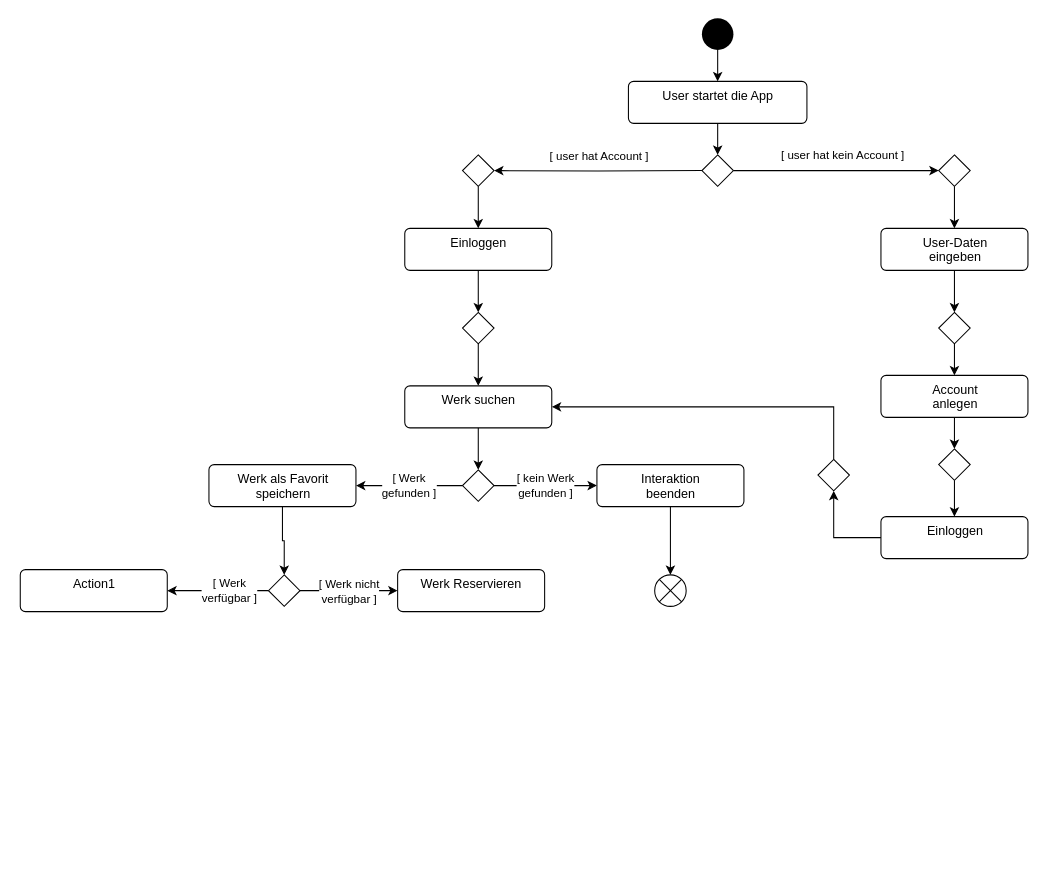
JJJS777/EPWS2122KwintSchiller keeps this draw.io diagram as page "Aktivitätsdiagramm" (4 of 4) of Artefakte/Untitled Diagram.drawio. Above is the earlier version. Source tidied: cells renumbered, new cells numbered last; positions are measured from the earlier drawing's top-left corner, leaving out a move shared by most shapes. Both pictures are drawn from the tidied source at 105%, with x=0, y=0 at pixel (20, 18).
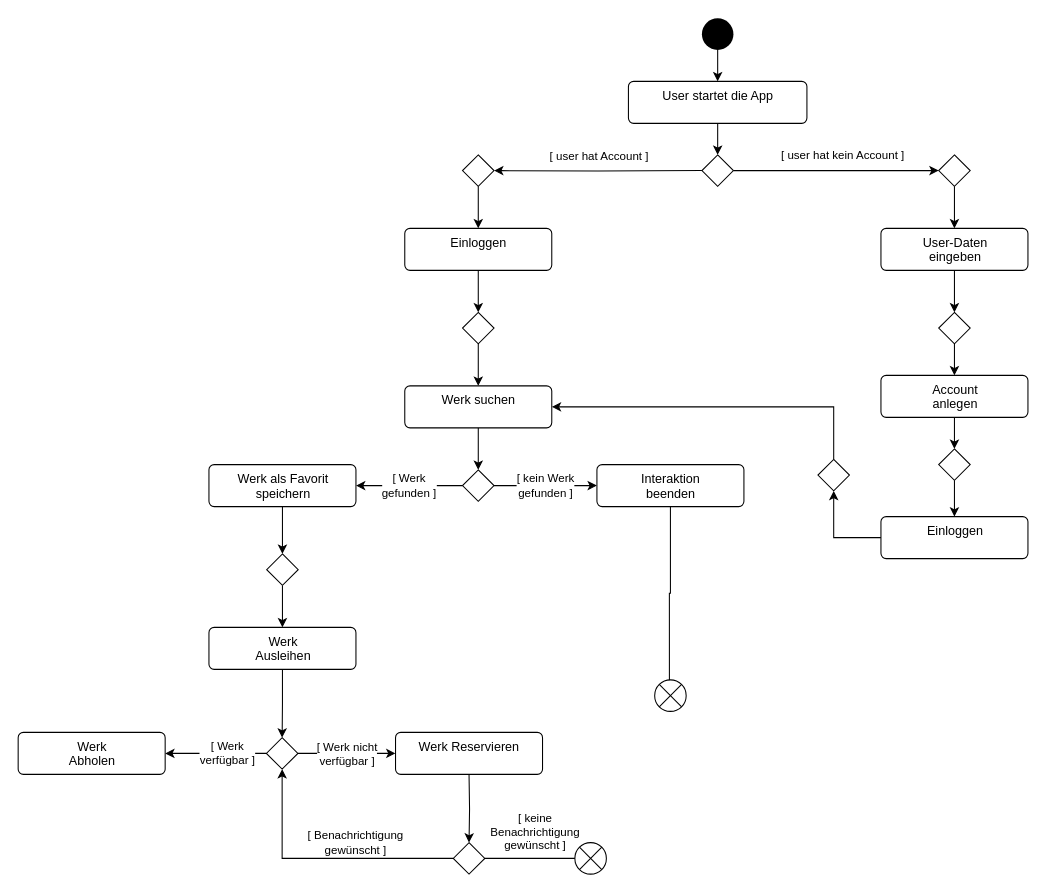
The same page after the edit.

Unchanged cells that the change refers to:
```xml
<mxCell id="42" value="Werk als Favorit&lt;br&gt; speichern" style="html=1;align=center;verticalAlign=top;rounded=1;absoluteArcSize=1;arcSize=10;dashed=0;" parent="1" vertex="1">
  <mxGeometry x="179.5" y="425" width="140" height="40" as="geometry" />
</mxCell>
<mxCell id="44" value="Interaktion&lt;br&gt;beenden" style="html=1;align=center;verticalAlign=top;rounded=1;absoluteArcSize=1;arcSize=10;dashed=0;" parent="1" vertex="1">
  <mxGeometry x="549" y="425" width="140" height="40" as="geometry" />
</mxCell>
```

What changed in the source:
```diff
@@
     <mxCell id="38" style="rhombus;" parent="1" vertex="1">
-      <mxGeometry x="236.2" y="530" width="30" height="30" as="geometry" />
+      <mxGeometry x="234.2" y="685" width="30" height="30" as="geometry" />
     </mxCell>
     <mxCell id="39" value="Werk Reservieren" style="html=1;align=center;verticalAlign=top;rounded=1;absoluteArcSize=1;arcSize=10;dashed=0;" parent="1" vertex="1">
-      <mxGeometry x="359.2" y="525" width="140" height="40" as="geometry" />
+      <mxGeometry x="357.2" y="680" width="140" height="40" as="geometry" />
     </mxCell>
-    <mxCell id="40" value="Action1" style="html=1;align=center;verticalAlign=top;rounded=1;absoluteArcSize=1;arcSize=10;dashed=0;" parent="1" vertex="1">
-      <mxGeometry x="-0.2" y="525" width="140" height="40" as="geometry" />
+    <mxCell id="40" value="&lt;div&gt;Werk &lt;br&gt;&lt;/div&gt;&lt;div&gt;Abholen&lt;/div&gt;&lt;div&gt;&lt;br&gt;&lt;/div&gt;" style="html=1;align=center;verticalAlign=top;rounded=1;absoluteArcSize=1;arcSize=10;dashed=0;" parent="1" vertex="1">
+      <mxGeometry x="-2.2" y="680" width="140" height="40" as="geometry" />
     </mxCell>
-    <mxCell id="41" style="edgeStyle=orthogonalEdgeStyle;rounded=0;jettySize=auto;html=1;entryX=0.5;entryY=0;entryDx=0;entryDy=0;startArrow=none;startFill=0;" parent="1" edge="1" source="42" target="38">
-      <mxGeometry relative="1" as="geometry" />
-    </mxCell>
+    <mxCell id="46" style="edgeStyle=orthogonalEdgeStyle;rounded=0;jettySize=auto;html=1;entryX=0.5;entryY=0;entryDx=0;entryDy=0;startArrow=none;startFill=0;" parent="1" edge="1" source="42" target="54">
+      <mxGeometry relative="1" as="geometry" />
+    </mxCell>
@@
-    <mxCell id="43" style="edgeStyle=orthogonalEdgeStyle;rounded=0;jettySize=auto;html=1;startArrow=none;startFill=0;" parent="1" edge="1" source="44" target="45">
+    <mxCell id="43" style="edgeStyle=orthogonalEdgeStyle;rounded=0;jettySize=auto;html=1;entryX=0.468;entryY=0.614;entryDx=0;entryDy=0;entryPerimeter=0;startArrow=none;startFill=0;" parent="1" edge="1" source="44" target="45">
       <mxGeometry relative="1" as="geometry" />
     </mxCell>
@@
     <mxCell id="45" style="shape=sumEllipse;perimeter=ellipsePerimeter;whiteSpace=wrap;html=1;backgroundOutline=1;" parent="1" vertex="1">
-      <mxGeometry x="604" y="530" width="30" height="30" as="geometry" />
+      <mxGeometry x="604" y="630" width="30" height="30" as="geometry" />
     </mxCell>
+    <mxCell id="47" value="[ Benachrichtigung&lt;br&gt;gewünscht ]" style="edgeStyle=orthogonalEdgeStyle;rounded=0;jettySize=auto;html=1;startArrow=none;startFill=0;entryX=0.5;entryY=1;entryDx=0;entryDy=0;" parent="1" edge="1" source="50" target="38">
+      <mxGeometry x="-0.25" y="-15" relative="1" as="geometry" />
+    </mxCell>
+    <mxCell id="48" style="edgeStyle=orthogonalEdgeStyle;rounded=0;jettySize=auto;html=1;startArrow=none;startFill=0;" parent="1" edge="1" source="50">
+      <mxGeometry relative="1" as="geometry">
+        <mxPoint x="537" y="800" as="targetPoint" />
+      </mxGeometry>
+    </mxCell>
+    <mxCell id="49" value="&lt;div&gt;[ keine&lt;/div&gt;&lt;div&gt; Benachrichtigung&lt;/div&gt;gewünscht ]" style="edgeLabel;html=1;align=center;verticalAlign=middle;" parent="48" vertex="1">
+      <mxGeometry x="-0.01" relative="1" as="geometry">
+        <mxPoint y="-25" as="offset" />
+      </mxGeometry>
+    </mxCell>
+    <mxCell id="50" style="rhombus;" parent="1" vertex="1">
+      <mxGeometry x="412.2" y="785" width="30" height="30" as="geometry" />
+    </mxCell>
+    <mxCell id="51" style="edgeStyle=orthogonalEdgeStyle;rounded=0;jettySize=auto;html=1;entryX=0.5;entryY=0;entryDx=0;entryDy=0;startArrow=none;startFill=0;" parent="1" edge="1" target="50">
+      <mxGeometry relative="1" as="geometry">
+        <mxPoint x="427.2" y="720" as="sourcePoint" />
+      </mxGeometry>
+    </mxCell>
+    <mxCell id="52" style="shape=sumEllipse;perimeter=ellipsePerimeter;whiteSpace=wrap;html=1;backgroundOutline=1;" parent="1" vertex="1">
+      <mxGeometry x="528" y="785" width="30" height="30" as="geometry" />
+    </mxCell>
+    <mxCell id="53" style="edgeStyle=orthogonalEdgeStyle;rounded=0;jettySize=auto;html=1;startArrow=none;startFill=0;" parent="1" edge="1" source="54" target="56">
+      <mxGeometry relative="1" as="geometry" />
+    </mxCell>
+    <mxCell id="54" style="rhombus;" parent="1" vertex="1">
+      <mxGeometry x="234.5" y="510" width="30" height="30" as="geometry" />
+    </mxCell>
+    <mxCell id="55" style="edgeStyle=orthogonalEdgeStyle;rounded=0;jettySize=auto;html=1;startArrow=none;startFill=0;entryX=0.5;entryY=0;entryDx=0;entryDy=0;" parent="1" edge="1" source="56" target="38">
+      <mxGeometry relative="1" as="geometry" />
+    </mxCell>
+    <mxCell id="56" value="&lt;div&gt;Werk&lt;/div&gt;&lt;div&gt;Ausleihen&lt;br&gt;&lt;/div&gt;" style="html=1;align=center;verticalAlign=top;rounded=1;absoluteArcSize=1;arcSize=10;dashed=0;" parent="1" vertex="1">
+      <mxGeometry x="179.5" y="580" width="140" height="40" as="geometry" />
+    </mxCell>
```
